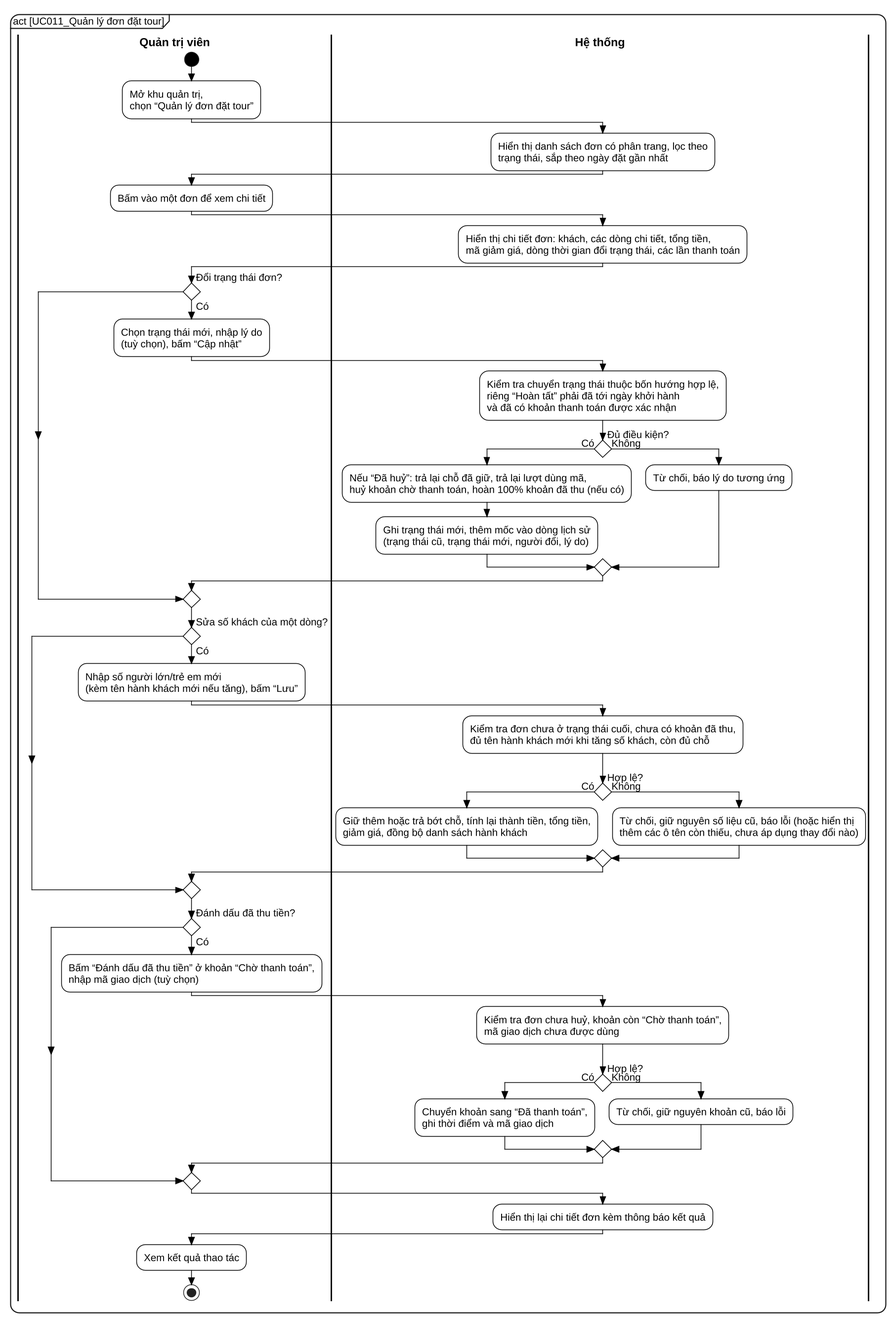
This is docs/report/diagrams/png/UC011_activity.png from kanele05/project_www, a PlantUML export, as it was before one commit.
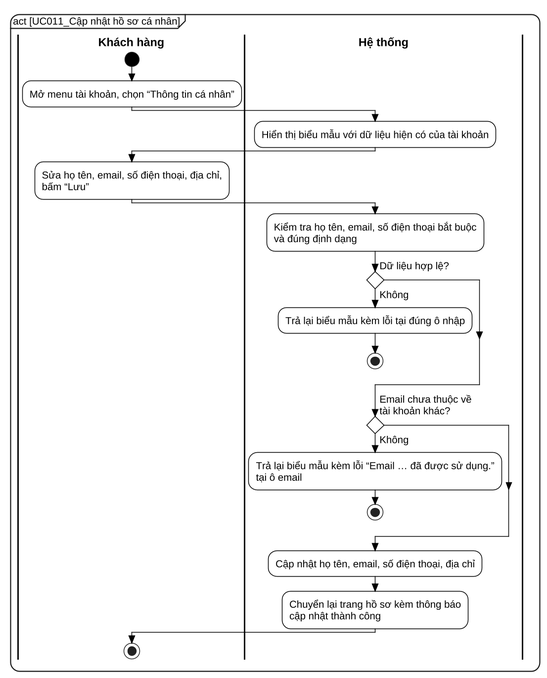
After the change.

The edit, as a diff of the source:
```diff
@@ -26,54 +26,26 @@
   TitleFontSize 16
 }
 skinparam wrapWidth 600
-mainframe act [UC011_Quản lý đơn đặt tour]
-|Quản trị viên|
+mainframe act [UC011_Cập nhật hồ sơ cá nhân]
+|Khách hàng|
 start
-:Mở khu quản trị,\nchọn “Quản lý đơn đặt tour”;
+:Mở menu tài khoản, chọn “Thông tin cá nhân”;
 |Hệ thống|
-:Hiển thị danh sách đơn có phân trang, lọc theo\ntrạng thái, sắp theo ngày đặt gần nhất;
-|Quản trị viên|
-:Bấm vào một đơn để xem chi tiết;
+:Hiển thị biểu mẫu với dữ liệu hiện có của tài khoản;
+|Khách hàng|
+:Sửa họ tên, email, số điện thoại, địa chỉ,\nbấm “Lưu”;
 |Hệ thống|
-:Hiển thị chi tiết đơn: khách, các dòng chi tiết, tổng tiền,\nmã giảm giá, dòng thời gian đổi trạng thái, các lần thanh toán;
-|Quản trị viên|
-if (Đổi trạng thái đơn?) then (Có)
-  :Chọn trạng thái mới, nhập lý do\n(tuỳ chọn), bấm “Cập nhật”;
-  |Hệ thống|
-  :Kiểm tra chuyển trạng thái thuộc bốn hướng hợp lệ,\nriêng “Hoàn tất” phải đã tới ngày khởi hành\nvà đã có khoản thanh toán được xác nhận;
-  if (Đủ điều kiện?) then (Có)
-    :Nếu “Đã huỷ”: trả lại chỗ đã giữ, trả lại lượt dùng mã,\nhuỷ khoản chờ thanh toán, hoàn 100% khoản đã thu (nếu có);
-    :Ghi trạng thái mới, thêm mốc vào dòng lịch sử\n(trạng thái cũ, trạng thái mới, người đổi, lý do);
-  else (Không)
-    :Từ chối, báo lý do tương ứng;
-  endif
-  |Quản trị viên|
+:Kiểm tra họ tên, email, số điện thoại bắt buộc\nvà đúng định dạng;
+if (Dữ liệu hợp lệ?) then (Không)
+  :Trả lại biểu mẫu kèm lỗi tại đúng ô nhập;
+  stop
 endif
-if (Sửa số khách của một dòng?) then (Có)
-  :Nhập số người lớn/trẻ em mới\n(kèm tên hành khách mới nếu tăng), bấm “Lưu”;
-  |Hệ thống|
-  :Kiểm tra đơn chưa ở trạng thái cuối, chưa có khoản đã thu,\nđủ tên hành khách mới khi tăng số khách, còn đủ chỗ;
-  if (Hợp lệ?) then (Có)
-    :Giữ thêm hoặc trả bớt chỗ, tính lại thành tiền, tổng tiền,\ngiảm giá, đồng bộ danh sách hành khách;
-  else (Không)
-    :Từ chối, giữ nguyên số liệu cũ, báo lỗi (hoặc hiển thị\nthêm các ô tên còn thiếu, chưa áp dụng thay đổi nào);
-  endif
-  |Quản trị viên|
+if (Email chưa thuộc về\ntài khoản khác?) then (Không)
+  :Trả lại biểu mẫu kèm lỗi “Email … đã được sử dụng.”\ntại ô email;
+  stop
 endif
-if (Đánh dấu đã thu tiền?) then (Có)
-  :Bấm “Đánh dấu đã thu tiền” ở khoản “Chờ thanh toán”,\nnhập mã giao dịch (tuỳ chọn);
-  |Hệ thống|
-  :Kiểm tra đơn chưa huỷ, khoản còn “Chờ thanh toán”,\nmã giao dịch chưa được dùng;
-  if (Hợp lệ?) then (Có)
-    :Chuyển khoản sang “Đã thanh toán”,\nghi thời điểm và mã giao dịch;
-  else (Không)
-    :Từ chối, giữ nguyên khoản cũ, báo lỗi;
-  endif
-  |Quản trị viên|
-endif
-|Hệ thống|
-:Hiển thị lại chi tiết đơn kèm thông báo kết quả;
-|Quản trị viên|
-:Xem kết quả thao tác;
+:Cập nhật họ tên, email, số điện thoại, địa chỉ;
+:Chuyển lại trang hồ sơ kèm thông báo\ncập nhật thành công;
+|Khách hàng|
 stop
 @enduml
```
